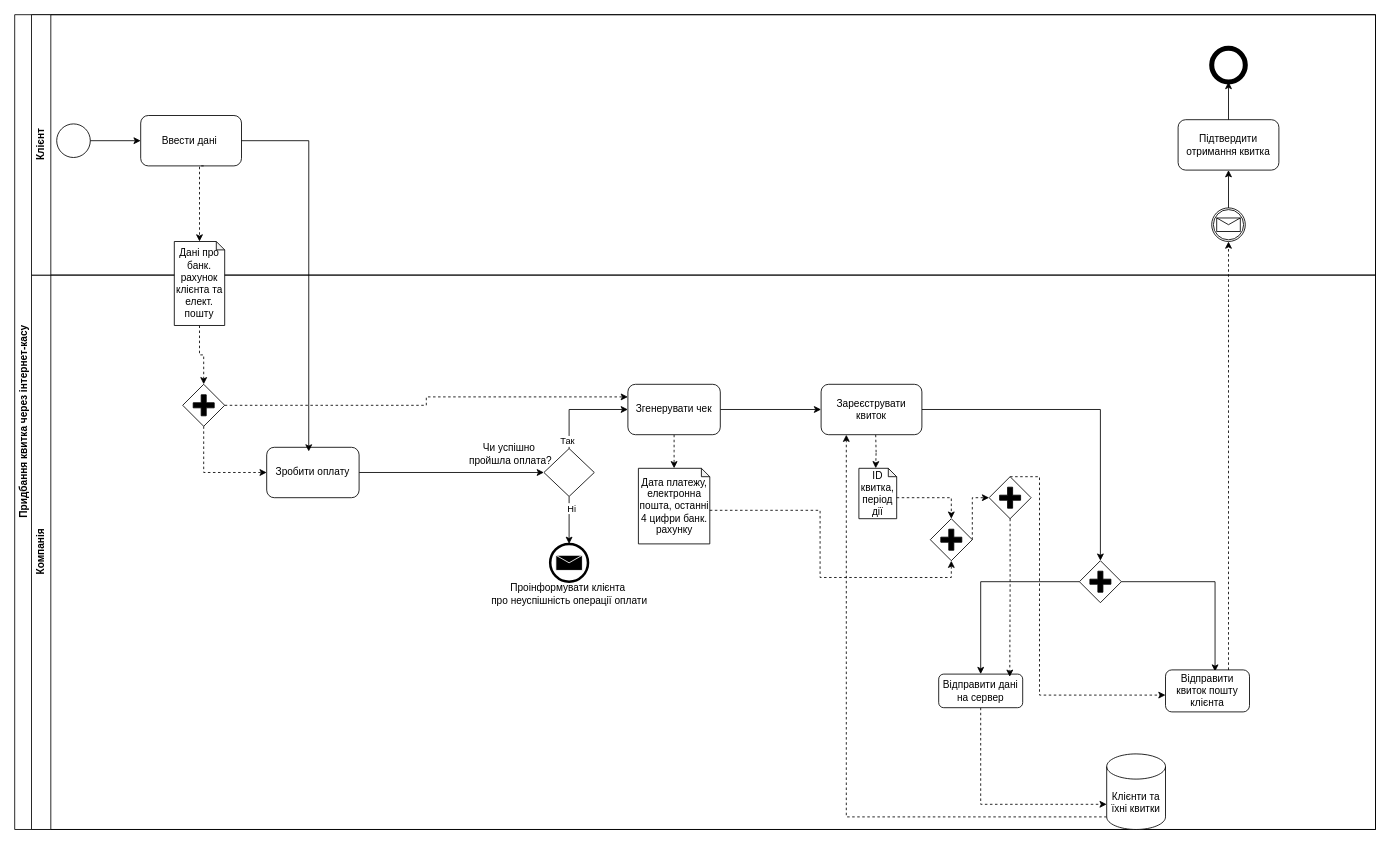
n3wb1e05/qa-qc-labs keeps this draw.io diagram as bnpm.drawio. Above is the earlier version. Source tidied: cells renumbered, new cells numbered last; positions are measured from the earlier drawing's top-left corner, leaving out a move shared by most shapes. Both pictures are drawn from the tidied source at 84%, with x=0, y=0 at pixel (14, 14).
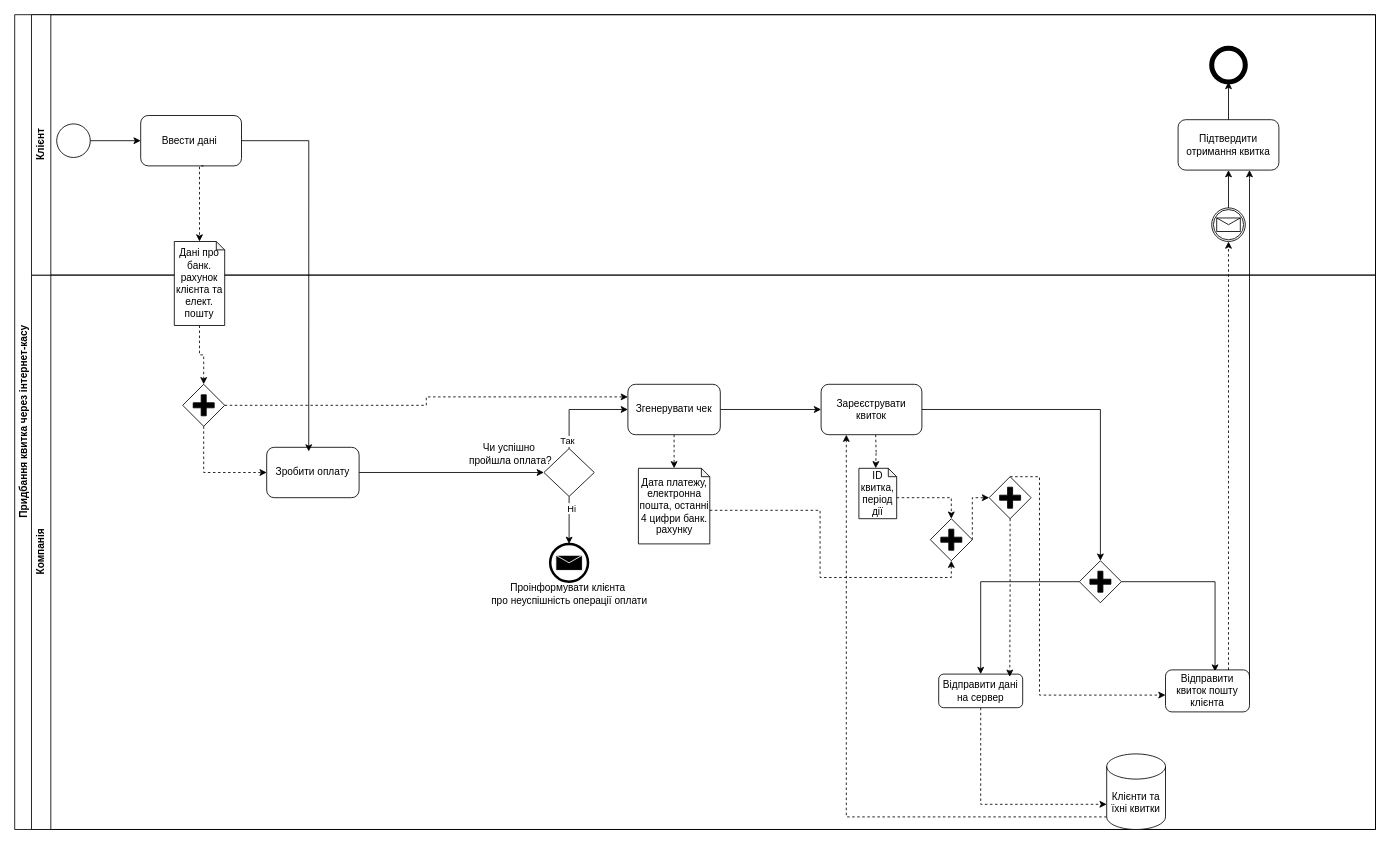
The same diagram, later.

Unchanged cells that the change refers to:
```xml
<mxCell id="42" value="Клієнт" style="swimlane;horizontal=0;whiteSpace=wrap;html=1;startSize=23;" parent="2" vertex="1">
  <mxGeometry x="20" width="1600" height="310" as="geometry" />
</mxCell>
```

Change to the diagram source:
```diff
@@
+    <mxCell id="56" style="edgeStyle=orthogonalEdgeStyle;rounded=0;orthogonalLoop=1;jettySize=auto;html=1;exitX=1;exitY=0;exitDx=0;exitDy=0;" parent="42" edge="1">
+      <mxGeometry relative="1" as="geometry">
+        <mxPoint x="1450" y="790" as="sourcePoint" />
+        <mxPoint x="1450" y="185" as="targetPoint" />
+        <Array as="points">
+          <mxPoint x="1450" y="195" />
+        </Array>
+      </mxGeometry>
+    </mxCell>
```
